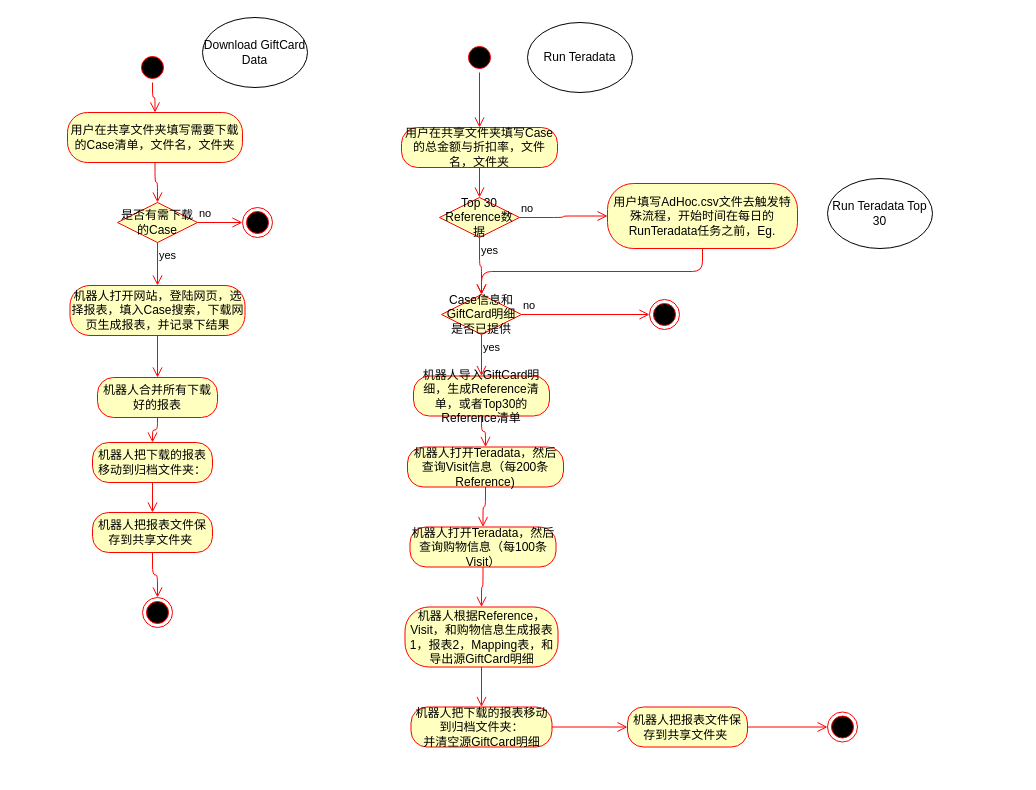
Earlier version of the draw.io diagram page "GiftCardReport" (2 of 5) of Uipath Projects Design.drawio (Youjwxyz/VBA_Library). Source tidied: cells renumbered, new cells numbered last; positions are measured from the earlier drawing's top-left corner, leaving out a move shared by most shapes. Both pictures are drawn from the tidied source at 100%, with x=0, y=0 at pixel (67, 17).
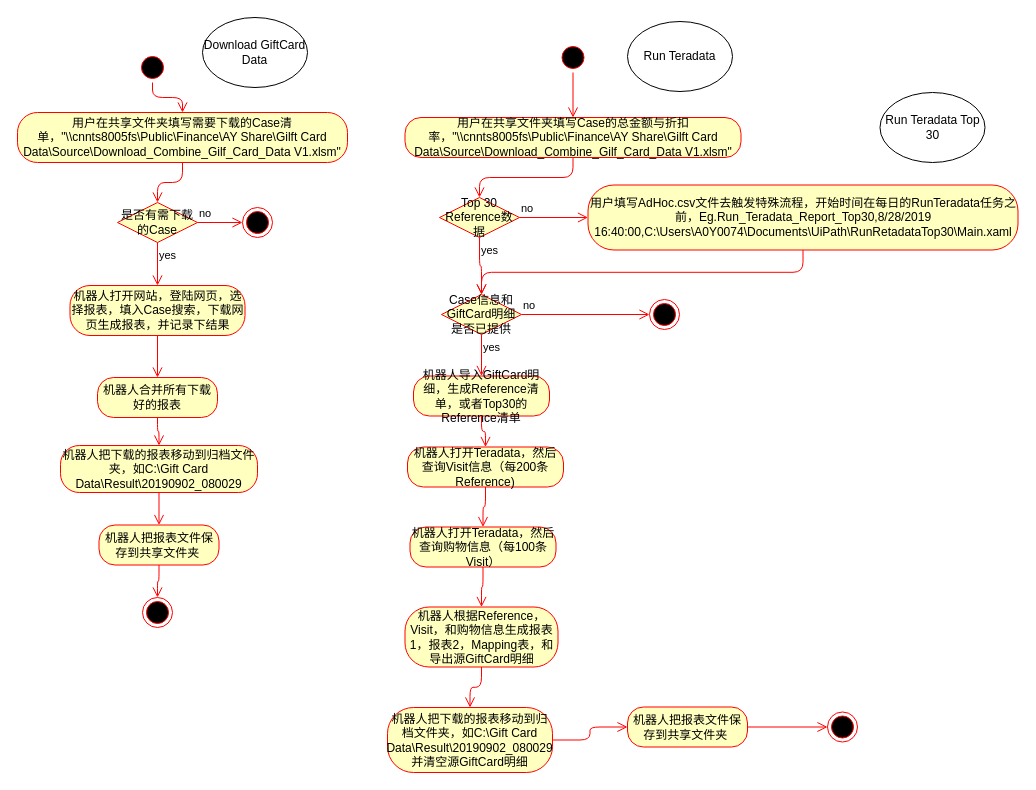
The same page after the edit.

The edit, as a diff of the source:
```diff
@@
-    <mxCell id="4" value="用户在共享文件夹填写需要下载的Case清单，文件名，文件夹" style="rounded=1;whiteSpace=wrap;html=1;arcSize=40;fontColor=#000000;fillColor=#ffffc0;strokeColor=#ff0000;" parent="1" vertex="1">
-      <mxGeometry y="95" width="175" height="50" as="geometry" />
+    <mxCell id="4" value="用户在共享文件夹填写需要下载的Case清单，&quot;\\cnnts8005fs\Public\Finance\AY Share\Gilft Card Data\Source\Download_Combine_Gilf_Card_Data V1.xlsm&quot;" style="rounded=1;whiteSpace=wrap;html=1;arcSize=40;fontColor=#000000;fillColor=#ffffc0;strokeColor=#ff0000;" parent="1" vertex="1">
+      <mxGeometry x="-50" y="95" width="330" height="50" as="geometry" />
     </mxCell>
@@
     <mxCell id="16" style="ellipse;html=1;shape=startState;fillColor=#000000;strokeColor=#ff0000;" parent="1" vertex="1">
-      <mxGeometry x="397" y="25" width="30" height="30" as="geometry" />
+      <mxGeometry x="490.5" y="25" width="30" height="30" as="geometry" />
     </mxCell>
@@
-    <mxCell id="18" value="用户在共享文件夹填写Case的总金额与折扣率，文件名，文件夹" style="rounded=1;whiteSpace=wrap;html=1;arcSize=40;fontColor=#000000;fillColor=#ffffc0;strokeColor=#ff0000;" parent="1" vertex="1">
-      <mxGeometry x="334" y="110" width="156" height="40" as="geometry" />
+    <mxCell id="18" value="用户在共享文件夹填写Case的总金额与折扣率，&quot;\\cnnts8005fs\Public\Finance\AY Share\Gilft Card Data\Source\Download_Combine_Gilf_Card_Data V1.xlsm&quot;" style="rounded=1;whiteSpace=wrap;html=1;arcSize=40;fontColor=#000000;fillColor=#ffffc0;strokeColor=#ff0000;" parent="1" vertex="1">
+      <mxGeometry x="337.5" y="100" width="336" height="40" as="geometry" />
     </mxCell>
@@
-    <mxCell id="34" value="机器人把下载的报表移动到归档文件夹：" style="rounded=1;whiteSpace=wrap;html=1;arcSize=40;fontColor=#000000;fillColor=#ffffc0;strokeColor=#ff0000;" parent="1" vertex="1">
-      <mxGeometry x="25" y="425" width="120" height="40" as="geometry" />
+    <mxCell id="34" value="机器人把下载的报表移动到归档文件夹，如C:\Gift Card Data\Result\20190902_080029" style="rounded=1;whiteSpace=wrap;html=1;arcSize=40;fontColor=#000000;fillColor=#ffffc0;strokeColor=#ff0000;" parent="1" vertex="1">
+      <mxGeometry x="-7" y="428" width="197" height="47" as="geometry" />
     </mxCell>
@@
     <mxCell id="36" value="机器人把报表文件保存到共享文件夹&amp;nbsp;" style="rounded=1;whiteSpace=wrap;html=1;arcSize=40;fontColor=#000000;fillColor=#ffffc0;strokeColor=#ff0000;" parent="1" vertex="1">
-      <mxGeometry x="25" y="495" width="120" height="40" as="geometry" />
+      <mxGeometry x="31.5" y="507.5" width="120" height="40" as="geometry" />
     </mxCell>
@@
-    <mxCell id="38" value="机器人把下载的报表移动到归档文件夹：&lt;br&gt;并清空源GiftCard明细" style="rounded=1;whiteSpace=wrap;html=1;arcSize=40;fontColor=#000000;fillColor=#ffffc0;strokeColor=#ff0000;" parent="1" vertex="1">
-      <mxGeometry x="343.5" y="689.5" width="141" height="40" as="geometry" />
+    <mxCell id="38" value="机器人把下载的报表移动到归档文件夹，如C:\Gift Card Data\Result\20190902_080029&lt;br&gt;并清空源GiftCard明细" style="rounded=1;whiteSpace=wrap;html=1;arcSize=40;fontColor=#000000;fillColor=#ffffc0;strokeColor=#ff0000;" parent="1" vertex="1">
+      <mxGeometry x="320" y="690" width="165" height="65" as="geometry" />
     </mxCell>
@@
     <mxCell id="40" value="Run Teradata" style="ellipse;whiteSpace=wrap;html=1;" parent="1" vertex="1">
-      <mxGeometry x="460" y="5" width="105" height="70" as="geometry" />
+      <mxGeometry x="560" y="4" width="105" height="70" as="geometry" />
     </mxCell>
     <mxCell id="41" value="Run Teradata Top 30" style="ellipse;whiteSpace=wrap;html=1;" parent="1" vertex="1">
-      <mxGeometry x="760" y="161" width="105" height="70" as="geometry" />
+      <mxGeometry x="812.5" y="75" width="105" height="70" as="geometry" />
     </mxCell>
-    <mxCell id="42" value="用户填写AdHoc.csv文件去触发特殊流程，开始时间在每日的RunTeradata任务之前，Eg." style="rounded=1;whiteSpace=wrap;html=1;arcSize=40;fontColor=#000000;fillColor=#ffffc0;strokeColor=#ff0000;" parent="1" vertex="1">
-      <mxGeometry x="540" y="166" width="190" height="65" as="geometry" />
+    <mxCell id="42" value="用户填写AdHoc.csv文件去触发特殊流程，开始时间在每日的RunTeradata任务之前，Eg.Run_Teradata_Report_Top30,8/28/2019 16:40:00,C:\Users\A0Y0074\Documents\UiPath\RunRetadataTop30\Main.xaml" style="rounded=1;whiteSpace=wrap;html=1;arcSize=40;fontColor=#000000;fillColor=#ffffc0;strokeColor=#ff0000;" parent="1" vertex="1">
+      <mxGeometry x="520.5" y="167.5" width="430" height="65" as="geometry" />
     </mxCell>
```
